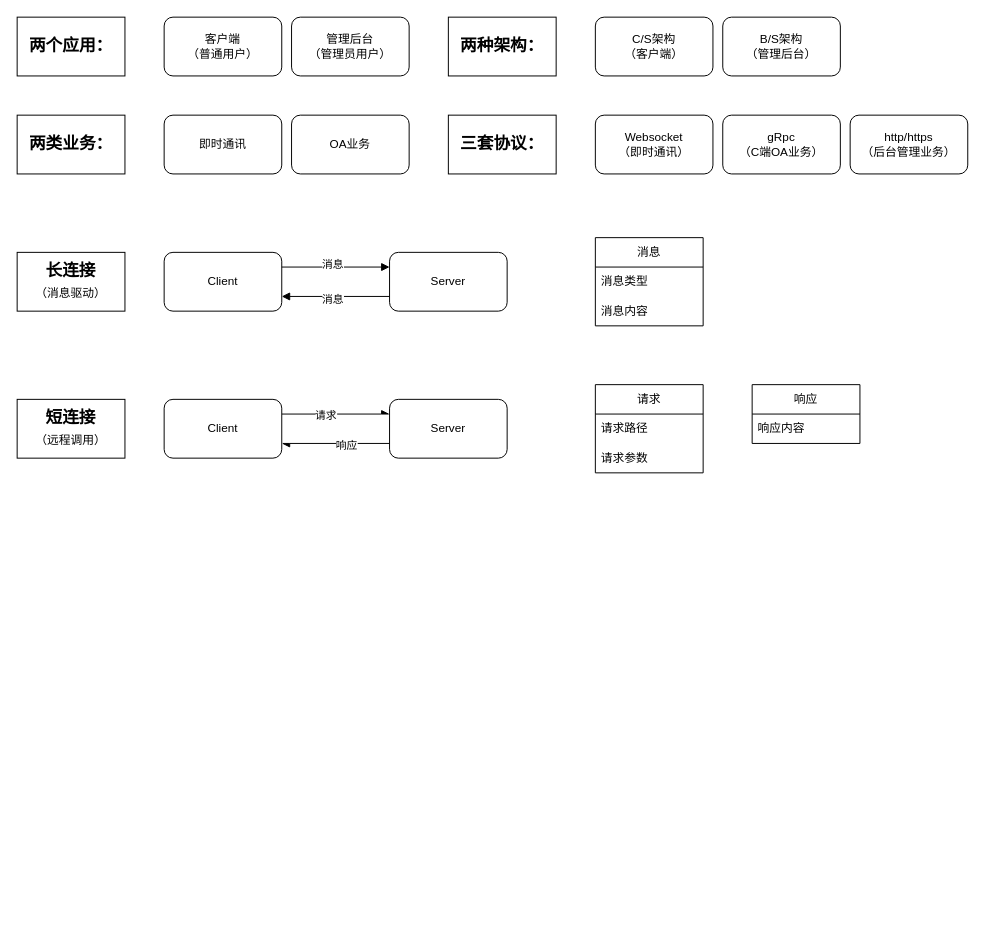
Before: page "基础" (1 of 3) of StreamOA架构设计.drawio in zebra-min/my-design, a draw.io diagram. Source tidied: cells renumbered, new cells numbered last; positions are measured from the earlier drawing's top-left corner, leaving out a move shared by most shapes. Both pictures are drawn from the tidied source at 98%, with x=0, y=0 at pixel (17, 17).
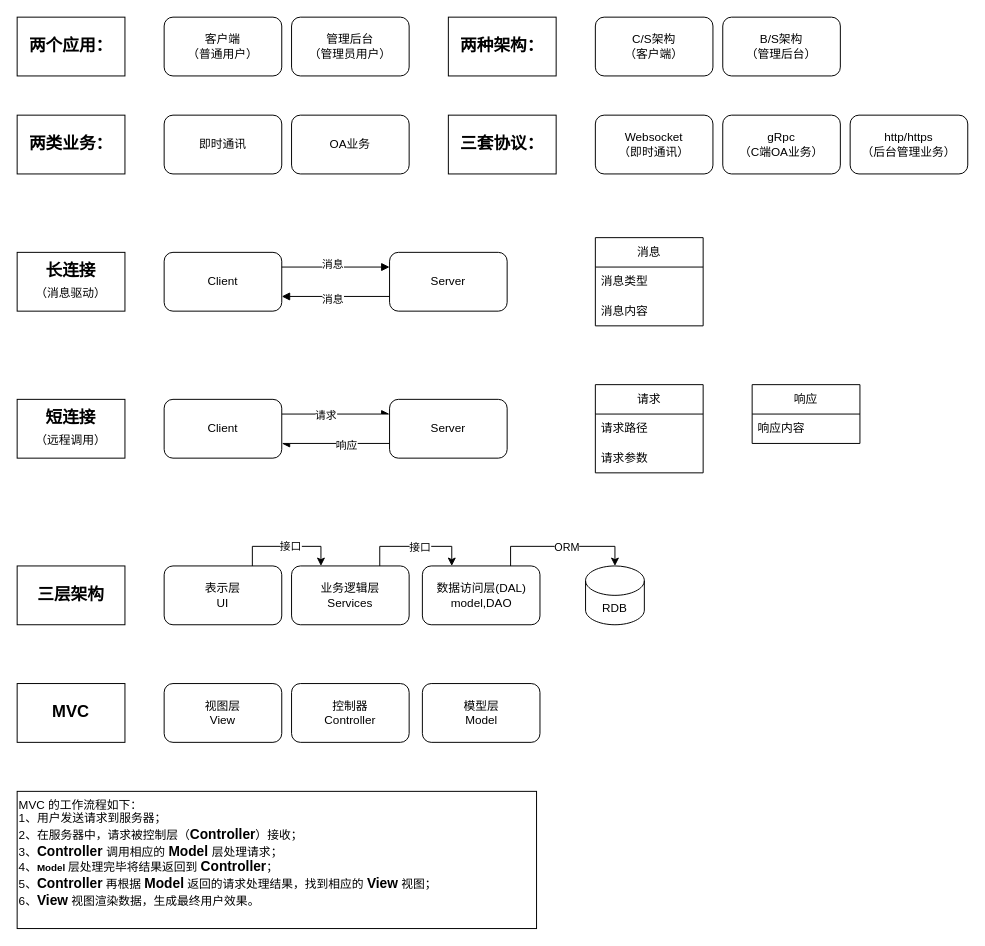
After the change.

Change to the diagram source:
```diff
@@
+    <mxCell id="37" style="edgeStyle=orthogonalEdgeStyle;rounded=0;jettySize=auto;html=1;exitX=0.75;exitY=0;exitDx=0;exitDy=0;entryX=0.25;entryY=0;entryDx=0;entryDy=0;" parent="1" edge="1" source="39" target="43">
+      <mxGeometry relative="1" as="geometry" />
+    </mxCell>
+    <mxCell id="38" value="接口" style="edgeLabel;html=1;align=center;verticalAlign=middle;" parent="37" vertex="1">
+      <mxGeometry x="-0.21" y="1" relative="1" as="geometry">
+        <mxPoint x="15" as="offset" />
+      </mxGeometry>
+    </mxCell>
+    <mxCell id="39" value="表示层&lt;br&gt;UI" style="rounded=1;whiteSpace=wrap;html=1;" parent="1" vertex="1">
+      <mxGeometry x="150" y="560" width="120" height="60" as="geometry" />
+    </mxCell>
+    <mxCell id="40" value="三层架构" style="text;strokeColor=default;align=center;fillColor=none;html=1;verticalAlign=middle;whiteSpace=wrap;rounded=0;fontSize=17;fontStyle=1;labelBorderColor=none;" parent="1" vertex="1">
+      <mxGeometry y="560" width="110" height="60" as="geometry" />
+    </mxCell>
+    <mxCell id="41" style="edgeStyle=orthogonalEdgeStyle;rounded=0;jettySize=auto;html=1;exitX=0.75;exitY=0;exitDx=0;exitDy=0;entryX=0.25;entryY=0;entryDx=0;entryDy=0;" parent="1" edge="1" source="43" target="46">
+      <mxGeometry relative="1" as="geometry" />
+    </mxCell>
+    <mxCell id="42" value="接口" style="edgeLabel;html=1;align=center;verticalAlign=middle;" parent="41" vertex="1">
+      <mxGeometry x="-0.24" relative="1" as="geometry">
+        <mxPoint x="17" as="offset" />
+      </mxGeometry>
+    </mxCell>
+    <mxCell id="43" value="业务逻辑层&lt;br&gt;Services" style="rounded=1;whiteSpace=wrap;html=1;" parent="1" vertex="1">
+      <mxGeometry x="280" y="560" width="120" height="60" as="geometry" />
+    </mxCell>
+    <mxCell id="44" style="edgeStyle=orthogonalEdgeStyle;rounded=0;jettySize=auto;html=1;exitX=0.75;exitY=0;exitDx=0;exitDy=0;entryX=0.5;entryY=0;entryDx=0;entryDy=0;entryPerimeter=0;" parent="1" edge="1" source="46" target="47">
+      <mxGeometry relative="1" as="geometry" />
+    </mxCell>
+    <mxCell id="45" value="ORM" style="edgeLabel;html=1;align=center;verticalAlign=middle;" parent="44" vertex="1">
+      <mxGeometry x="-0.21" relative="1" as="geometry">
+        <mxPoint x="19" as="offset" />
+      </mxGeometry>
+    </mxCell>
+    <mxCell id="46" value="数据访问层(DAL)&lt;br&gt;model,DAO" style="rounded=1;whiteSpace=wrap;html=1;" parent="1" vertex="1">
+      <mxGeometry x="413.5" y="560" width="120" height="60" as="geometry" />
+    </mxCell>
+    <mxCell id="47" value="RDB" style="shape=cylinder3;whiteSpace=wrap;html=1;boundedLbl=1;backgroundOutline=1;size=15;" parent="1" vertex="1">
+      <mxGeometry x="580" y="560" width="60" height="60" as="geometry" />
+    </mxCell>
+    <mxCell id="48" value="MVC" style="text;strokeColor=default;align=center;fillColor=none;html=1;verticalAlign=middle;whiteSpace=wrap;rounded=0;fontSize=17;fontStyle=1;labelBorderColor=none;" parent="1" vertex="1">
+      <mxGeometry y="680" width="110" height="60" as="geometry" />
+    </mxCell>
+    <mxCell id="49" value="视图层&lt;br&gt;View" style="rounded=1;whiteSpace=wrap;html=1;" parent="1" vertex="1">
+      <mxGeometry x="150" y="680" width="120" height="60" as="geometry" />
+    </mxCell>
+    <mxCell id="50" value="控制器&lt;br&gt;Controller" style="rounded=1;whiteSpace=wrap;html=1;" parent="1" vertex="1">
+      <mxGeometry x="280" y="680" width="120" height="60" as="geometry" />
+    </mxCell>
+    <mxCell id="51" value="模型层&lt;br&gt;Model" style="rounded=1;whiteSpace=wrap;html=1;" parent="1" vertex="1">
+      <mxGeometry x="413.5" y="680" width="120" height="60" as="geometry" />
+    </mxCell>
+    <mxCell id="52" value="&lt;div&gt;MVC 的工作流程如下：&lt;/div&gt;&lt;div&gt;&lt;span style=&quot;font-size: 12px;&quot;&gt;1、用户发送请求到服务器；&lt;/span&gt;&lt;/div&gt;&lt;div&gt;&lt;span style=&quot;font-size: 12px;&quot;&gt;2、在服务器中，请求被控制层（&lt;/span&gt;&lt;b style=&quot;&quot;&gt;&lt;font style=&quot;font-size: 14px;&quot;&gt;Controller&lt;/font&gt;&lt;/b&gt;&lt;span style=&quot;font-size: 12px;&quot;&gt;）接收；&lt;/span&gt;&lt;/div&gt;&lt;div&gt;&lt;span style=&quot;font-size: 12px;&quot;&gt;3、&lt;/span&gt;&lt;b style=&quot;font-size: 14px;&quot;&gt;&lt;font style=&quot;font-size: 14px;&quot;&gt;Controller&lt;/font&gt; &lt;/b&gt;&lt;span style=&quot;font-size: 12px;&quot;&gt;调用相应的 &lt;/span&gt;&lt;b style=&quot;&quot;&gt;&lt;font style=&quot;font-size: 14px;&quot;&gt;Model &lt;/font&gt;&lt;/b&gt;&lt;span style=&quot;font-size: 12px;&quot;&gt;层处理请求；&lt;/span&gt;&lt;/div&gt;&lt;div&gt;&lt;span style=&quot;font-size: 12px;&quot;&gt;4、&lt;/span&gt;&lt;font size=&quot;1&quot;&gt;&lt;b&gt;Model &lt;/b&gt;&lt;/font&gt;&lt;span style=&quot;font-size: 12px;&quot;&gt;层处理完毕将结果返回到 &lt;/span&gt;&lt;b style=&quot;&quot;&gt;&lt;font style=&quot;font-size: 14px;&quot;&gt;Controller&lt;/font&gt;&lt;/b&gt;&lt;span style=&quot;font-size: 12px;&quot;&gt;；&lt;/span&gt;&lt;/div&gt;&lt;div&gt;&lt;span style=&quot;font-size: 12px;&quot;&gt;5、&lt;/span&gt;&lt;b style=&quot;&quot;&gt;&lt;font style=&quot;font-size: 14px;&quot;&gt;Controller&lt;/font&gt;&lt;/b&gt;&lt;span style=&quot;font-size: 12px;&quot;&gt; 再根据 &lt;/span&gt;&lt;b style=&quot;&quot;&gt;&lt;font style=&quot;font-size: 14px;&quot;&gt;Model&lt;/font&gt;&lt;/b&gt;&lt;span style=&quot;font-size: 12px;&quot;&gt; 返回的请求处理结果，找到相应的 &lt;/span&gt;&lt;b style=&quot;&quot;&gt;&lt;font style=&quot;font-size: 14px;&quot;&gt;View&lt;/font&gt;&lt;/b&gt;&lt;span style=&quot;font-size: 12px;&quot;&gt; 视图；&lt;/span&gt;&lt;/div&gt;&lt;div&gt;&lt;span style=&quot;font-size: 12px;&quot;&gt;6、&lt;/span&gt;&lt;b style=&quot;&quot;&gt;&lt;font style=&quot;font-size: 14px;&quot;&gt;View&lt;/font&gt;&lt;/b&gt;&lt;span style=&quot;font-size: 12px;&quot;&gt; 视图渲染数据，生成最终用户效果。&lt;/span&gt;&lt;/div&gt;" style="text;strokeColor=default;align=left;fillColor=none;html=1;verticalAlign=top;whiteSpace=wrap;rounded=0;labelBorderColor=none;" parent="1" vertex="1">
+      <mxGeometry y="790" width="530" height="140" as="geometry" />
+    </mxCell>
```
